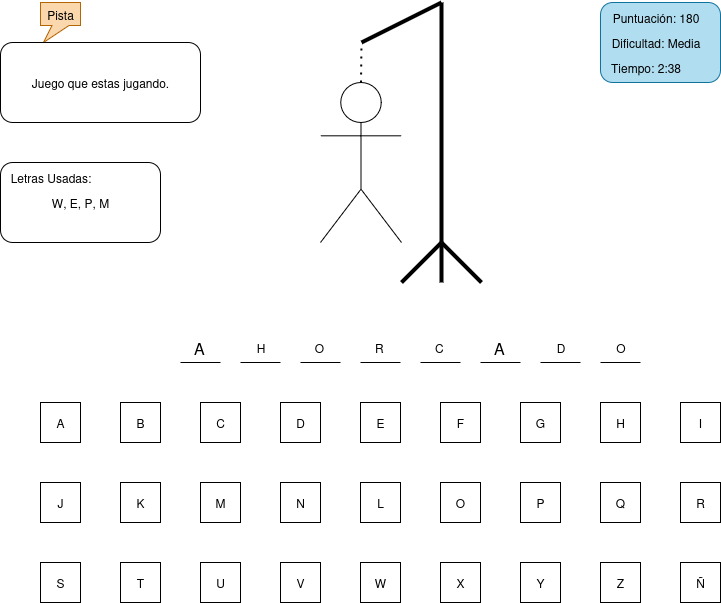
Before: img/mock.png, a diagram exported from draw.io (eduardosmoralesglez/PHP_Proyect_Ahorcado). Source tidied: cells renumbered, new cells last; positions are measured from the earlier drawing's top-left corner, leaving out a move shared by most shapes.
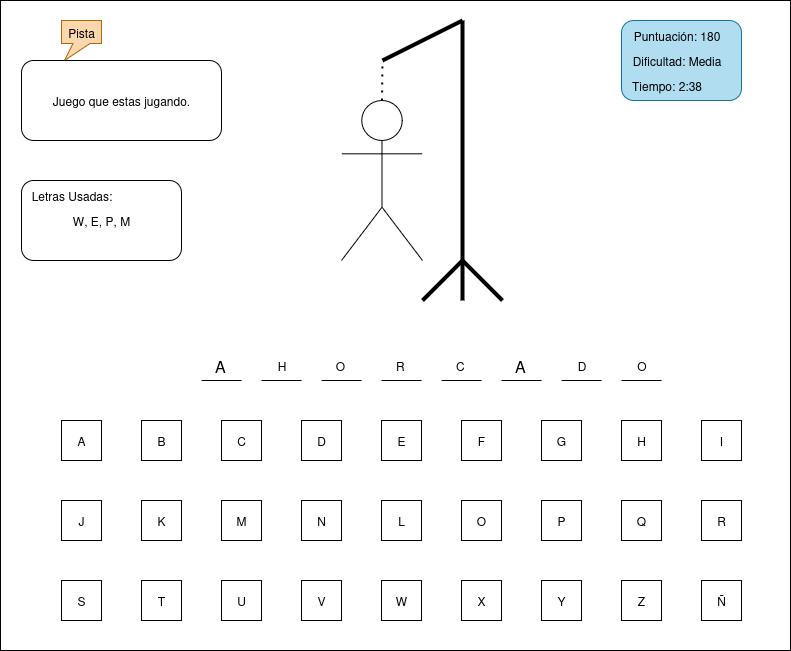
Later version of the same file.

What changed in the source:
```diff
@@ -2,6 +2,9 @@
   <root>
     <mxCell id="0" />
     <mxCell id="1" parent="0" />
+    <mxCell id="62" style="rounded=0;whiteSpace=wrap;html=1;" parent="1" vertex="1">
+      <mxGeometry x="-21" y="-20" width="790" height="650" as="geometry" />
+    </mxCell>
     <mxCell id="2" style="endArrow=none;html=1;rounded=0;" parent="1" edge="1">
       <mxGeometry relative="1" as="geometry">
         <mxPoint x="240" y="360" as="sourcePoint" />
```
